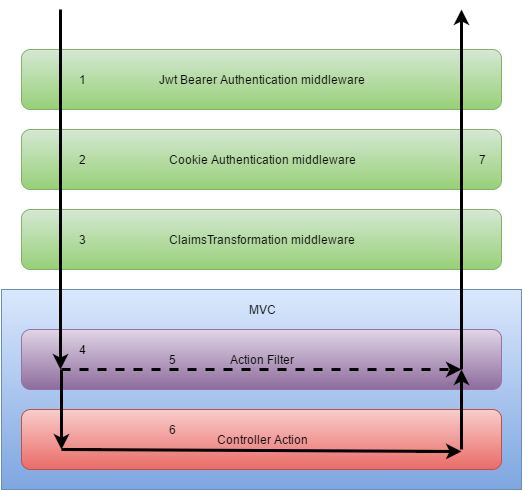
Above: docs/middleware.png in digipolisantwerp/auth_aspnetcore_deprecated (draw.io), before the change. Source tidied: cells renumbered, new cells last; positions are measured from the earlier drawing's top-left corner, leaving out a move shared by most shapes.
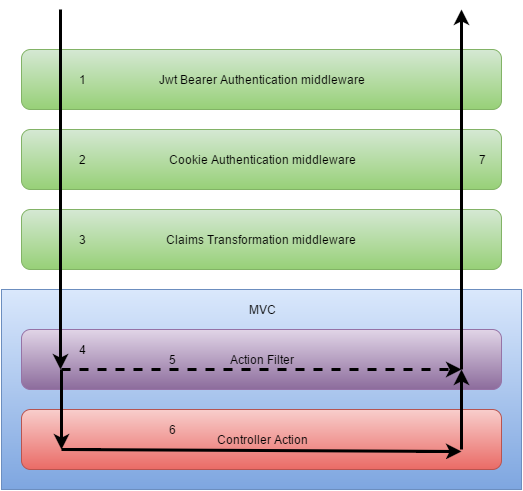
After the change.

Change to the diagram source:
```diff
@@ -11,7 +11,7 @@
     <mxCell id="4" value="Cookie Authentication middleware" style="rounded=1;whiteSpace=wrap;html=1;plain-green;" parent="1" vertex="1">
       <mxGeometry x="20" y="120" width="480" height="60" as="geometry" />
     </mxCell>
-    <mxCell id="5" value="ClaimsTransformation middleware" style="rounded=1;whiteSpace=wrap;html=1;plain-green;" parent="1" vertex="1">
+    <mxCell id="5" value="Claims Transformation middleware" style="rounded=1;whiteSpace=wrap;html=1;plain-green;" parent="1" vertex="1">
       <mxGeometry x="20" y="200" width="480" height="60" as="geometry" />
     </mxCell>
     <mxCell id="6" value="Action Filter" style="rounded=1;whiteSpace=wrap;html=1;plain-purple;" parent="1" vertex="1">
```
